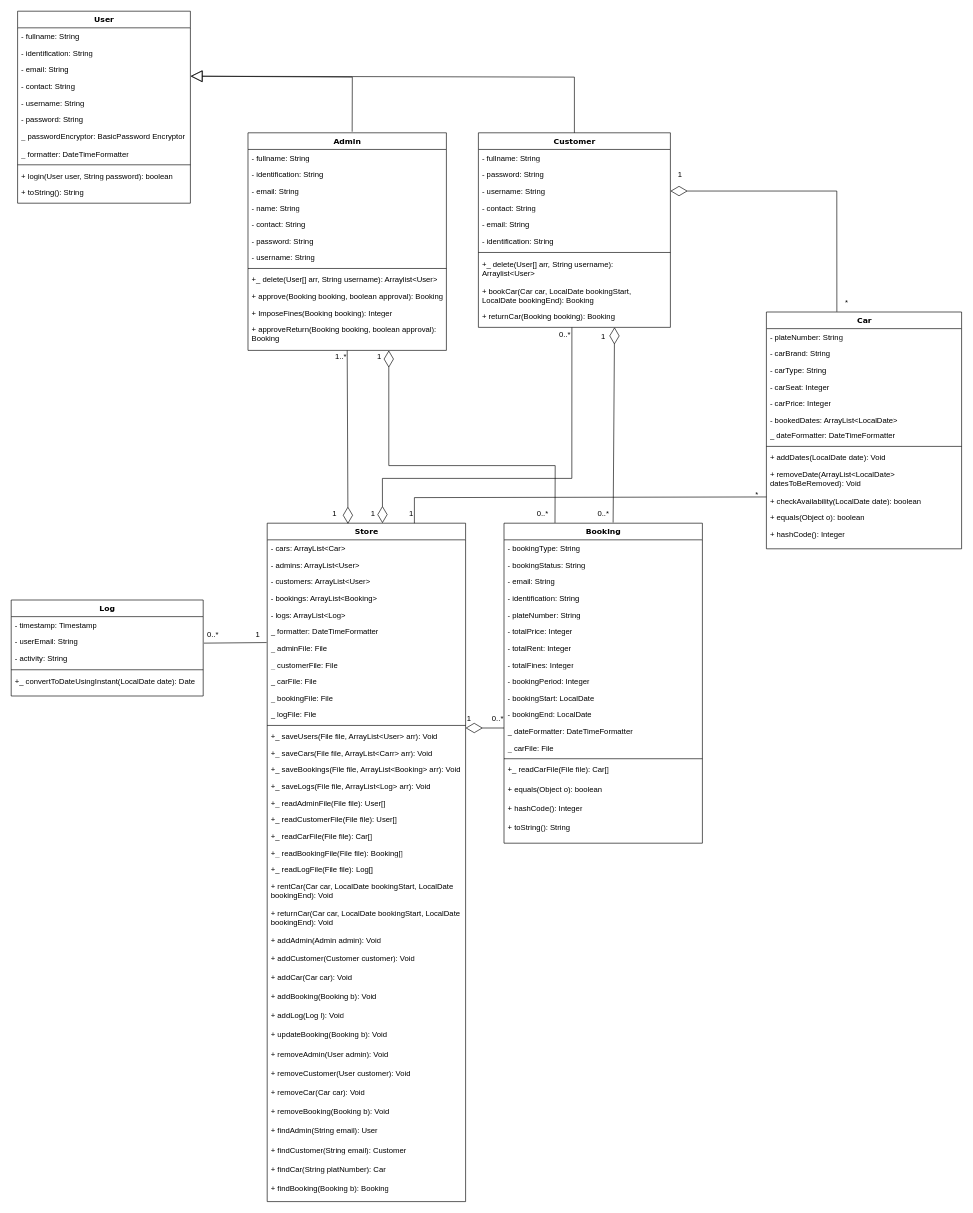
Before: page "latest version" (1 of 2) of class diagram.drawio in BryanHJH/Java-Car-Rental-System, a draw.io diagram. Source tidied: cells renumbered, new cells numbered last; positions are measured from the earlier drawing's top-left corner, leaving out a move shared by most shapes. Both pictures are drawn from the tidied source at 64%, with x=0, y=0 at pixel (11, 11).
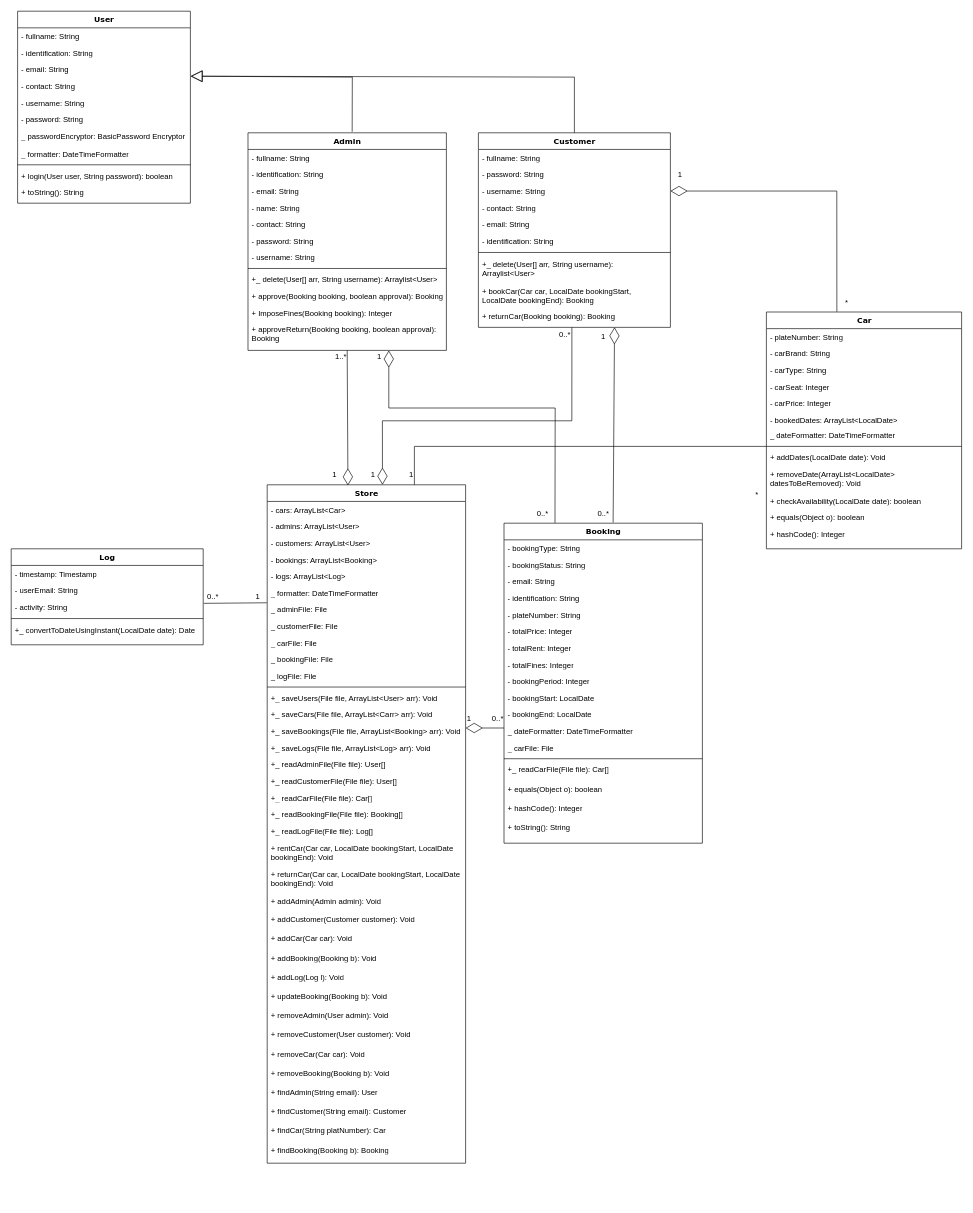
Above is the later version.

Commit message:
class diagram update

The change refers to these unchanged cells:
```xml
<mxCell id="22" style="line;html=1;strokeWidth=1;fillColor=none;align=left;verticalAlign=middle;spacingTop=-1;spacingLeft=3;spacingRight=3;labelPosition=right;points=[];portConstraint=eastwest;" parent="14" vertex="1">
  <mxGeometry y="206" width="305" height="8" as="geometry" />
</mxCell>
<mxCell id="25" value="+ checkAvailability(LocalDate date): boolean" style="text;html=1;strokeColor=none;fillColor=none;align=left;verticalAlign=top;spacingLeft=4;spacingRight=4;whiteSpace=wrap;overflow=hidden;points=[[0,0.5],[1,0.5]];portConstraint=eastwest;" parent="14" vertex="1">
  <mxGeometry y="282" width="305" height="26" as="geometry" />
</mxCell>
<mxCell id="38" value="+ returnCar(Booking booking): Booking" style="text;html=1;strokeColor=none;fillColor=none;align=left;verticalAlign=top;spacingLeft=4;spacingRight=4;whiteSpace=wrap;overflow=hidden;points=[[0,0.5],[1,0.5]];portConstraint=eastwest;" parent="28" vertex="1">
  <mxGeometry y="274" width="300" height="30" as="geometry" />
</mxCell>
<mxCell id="52" value="Booking" style="swimlane;html=1;fontStyle=1;align=center;verticalAlign=top;horizontal=1;startSize=26;swimlaneFillColor=#ffffff;rounded=0;shadow=0;comic=0;labelBackgroundColor=none;strokeWidth=1;fillColor=none;fontFamily=Verdana;fontSize=12;" parent="1" vertex="1">
  <mxGeometry x="770" y="800" width="310" height="500" as="geometry" />
</mxCell>
<mxCell id="74" value="- activity: String" style="text;html=1;strokeColor=none;fillColor=none;align=left;verticalAlign=top;spacingLeft=4;spacingRight=4;whiteSpace=wrap;overflow=hidden;points=[[0,0.5],[1,0.5]];portConstraint=eastwest;" parent="71" vertex="1">
  <mxGeometry y="78" width="300" height="26" as="geometry" />
</mxCell>
<mxCell id="83" value="_ formatter: DateTimeFormatter" style="text;html=1;strokeColor=none;fillColor=none;align=left;verticalAlign=top;spacingLeft=4;spacingRight=4;whiteSpace=wrap;overflow=hidden;points=[[0,0.5],[1,0.5]];portConstraint=eastwest;" parent="77" vertex="1">
  <mxGeometry y="156" width="310" height="26" as="geometry" />
</mxCell>
<mxCell id="84" value="_ adminFile: File" style="text;html=1;strokeColor=none;fillColor=none;align=left;verticalAlign=top;spacingLeft=4;spacingRight=4;whiteSpace=wrap;overflow=hidden;points=[[0,0.5],[1,0.5]];portConstraint=eastwest;" parent="77" vertex="1">
  <mxGeometry y="182" width="310" height="26" as="geometry" />
</mxCell>
```

What changed in the source:
```diff
@@
     <mxCell id="71" value="Log" style="swimlane;html=1;fontStyle=1;align=center;verticalAlign=top;horizontal=1;startSize=26;swimlaneFillColor=#ffffff;rounded=0;shadow=0;comic=0;labelBackgroundColor=none;strokeWidth=1;fillColor=none;fontFamily=Verdana;fontSize=12;" parent="1" vertex="1">
-      <mxGeometry y="920" width="300" height="150" as="geometry" />
+      <mxGeometry y="840" width="300" height="150" as="geometry" />
     </mxCell>
@@
     <mxCell id="77" value="Store" style="swimlane;html=1;fontStyle=1;align=center;verticalAlign=top;horizontal=1;startSize=26;swimlaneFillColor=#ffffff;rounded=0;shadow=0;comic=0;labelBackgroundColor=none;strokeWidth=1;fillColor=none;fontFamily=Verdana;fontSize=12;" parent="1" vertex="1">
-      <mxGeometry x="400" y="800" width="310" height="1060" as="geometry" />
+      <mxGeometry x="400" y="740" width="310" height="1060" as="geometry" />
     </mxCell>
@@
     <mxCell id="118" style="endArrow=diamondThin;endFill=0;endSize=24;html=1;rounded=0;entryX=0.581;entryY=0;entryDx=0;entryDy=0;entryPerimeter=0;exitX=0.487;exitY=1;exitDx=0;exitDy=0;exitPerimeter=0;" parent="1" edge="1" source="38" target="77">
       <mxGeometry relative="1" as="geometry">
         <Array as="points">
-          <mxPoint x="876" y="730" />
-          <mxPoint x="580" y="730" />
+          <mxPoint x="876" y="640" />
+          <mxPoint x="580" y="640" />
         </Array>
       </mxGeometry>
     </mxCell>
@@
     <mxCell id="120" style="endArrow=diamondThin;endFill=0;endSize=24;html=1;rounded=0;exitX=0.257;exitY=-0.001;exitDx=0;exitDy=0;exitPerimeter=0;" parent="1" edge="1" source="52">
       <mxGeometry relative="1" as="geometry">
         <mxPoint x="590" y="530" as="targetPoint" />
         <Array as="points">
-          <mxPoint x="850" y="710" />
-          <mxPoint x="590" y="710" />
+          <mxPoint x="850" y="620" />
+          <mxPoint x="590" y="620" />
         </Array>
       </mxGeometry>
     </mxCell>
@@
-    <mxCell id="123" style="endArrow=none;html=1;rounded=0;exitX=1.004;exitY=0.686;exitDx=0;exitDy=0;exitPerimeter=0;entryX=-0.003;entryY=0.173;entryDx=0;entryDy=0;entryPerimeter=0;" parent="1" edge="1" target="84">
-      <mxGeometry relative="1" as="geometry">
-        <mxPoint x="301.2" y="987.4" as="sourcePoint" />
-      </mxGeometry>
+    <mxCell id="123" style="endArrow=none;html=1;rounded=0;exitX=1.003;exitY=0.278;exitDx=0;exitDy=0;exitPerimeter=0;entryX=-0.002;entryY=1.09;entryDx=0;entryDy=0;entryPerimeter=0;" parent="1" edge="1" source="74" target="83">
+      <mxGeometry relative="1" as="geometry" />
     </mxCell>
-    <mxCell id="124" style="endArrow=none;html=1;rounded=0;entryX=0;entryY=0.269;entryDx=0;entryDy=0;entryPerimeter=0;" parent="1" edge="1" target="25">
+    <mxCell id="124" style="endArrow=none;html=1;rounded=0;entryX=0;entryY=0.5;entryDx=0;entryDy=0;entryPerimeter=0;" parent="1" edge="1" target="22">
       <mxGeometry relative="1" as="geometry">
-        <mxPoint x="630" y="800" as="sourcePoint" />
+        <mxPoint x="630" y="740" as="sourcePoint" />
         <Array as="points">
-          <mxPoint x="630" y="760" />
+          <mxPoint x="630" y="680" />
         </Array>
       </mxGeometry>
     </mxCell>
@@
     <mxCell id="127" value="1" style="text;html=1;align=center;verticalAlign=middle;strokeColor=none;fillColor=none;" parent="1" vertex="1">
-      <mxGeometry x="370" y="960" width="30" height="30" as="geometry" />
+      <mxGeometry x="370" y="900" width="30" height="30" as="geometry" />
     </mxCell>
     <mxCell id="128" value="0..*" style="text;html=1;align=center;verticalAlign=middle;strokeColor=none;fillColor=none;" parent="1" vertex="1">
-      <mxGeometry x="295" y="960" width="40" height="30" as="geometry" />
+      <mxGeometry x="295" y="900" width="40" height="30" as="geometry" />
     </mxCell>
     <mxCell id="129" value="1" style="text;html=1;align=center;verticalAlign=middle;strokeColor=none;fillColor=none;" parent="1" vertex="1">
-      <mxGeometry x="490" y="770" width="30" height="30" as="geometry" />
+      <mxGeometry x="490" y="710" width="30" height="30" as="geometry" />
     </mxCell>
     <mxCell id="130" value="1" style="text;html=1;align=center;verticalAlign=middle;strokeColor=none;fillColor=none;" parent="1" vertex="1">
-      <mxGeometry x="550" y="770" width="30" height="30" as="geometry" />
+      <mxGeometry x="550" y="710" width="30" height="30" as="geometry" />
     </mxCell>
     <mxCell id="131" value="1" style="text;html=1;align=center;verticalAlign=middle;strokeColor=none;fillColor=none;" parent="1" vertex="1">
-      <mxGeometry x="610" y="770" width="30" height="30" as="geometry" />
+      <mxGeometry x="610" y="710" width="30" height="30" as="geometry" />
     </mxCell>
```
